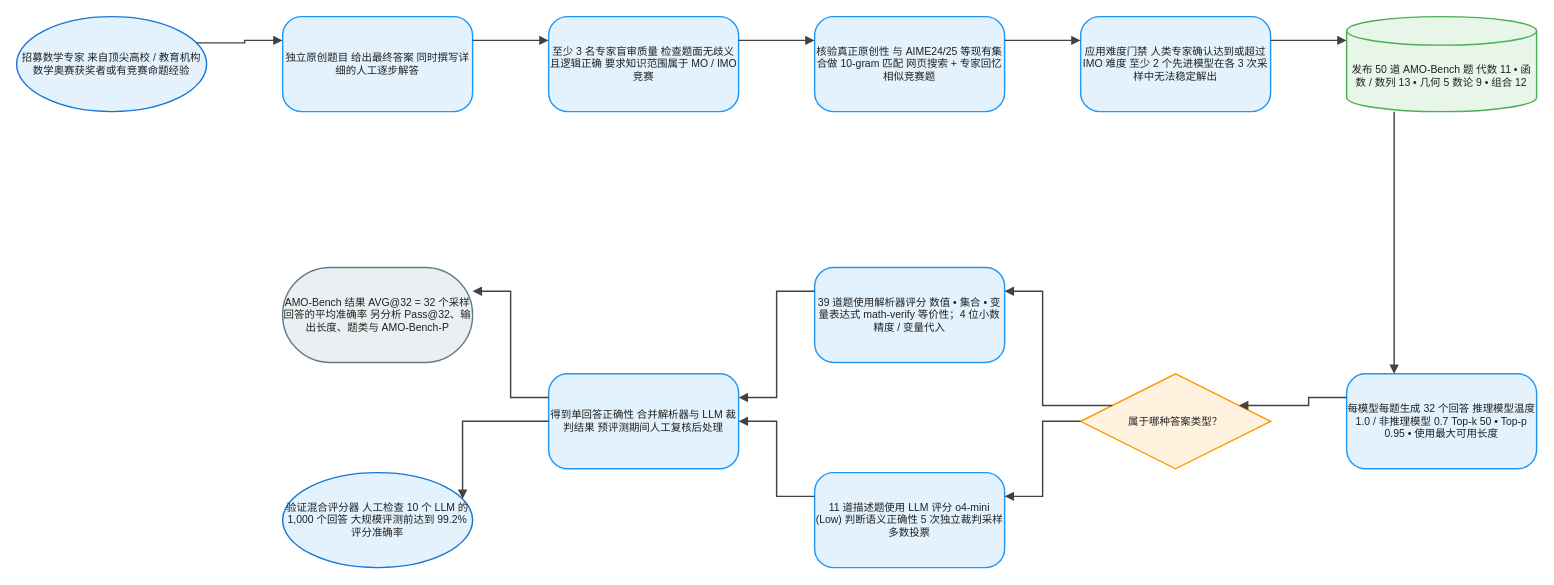
This is client/public/drawio/AMO-Bench/AMO-Bench.zh.drawio from joe1chief/benchmark-hub, a draw.io file, before an edit. Source tidied: cells renumbered, new cells numbered last; positions are measured from the earlier drawing's top-left corner, leaving out a move shared by most shapes. Both pictures are drawn from the tidied source at 95%, with x=0, y=0 at pixel (16, 16).
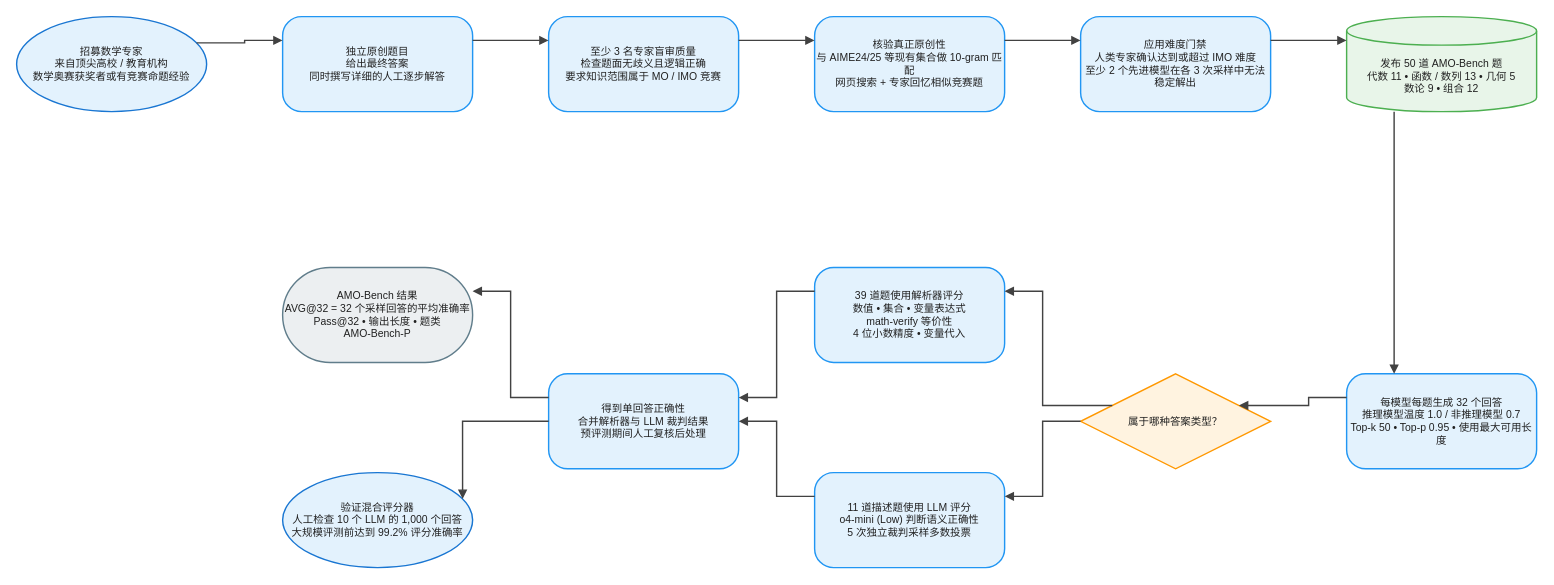
After the change.

Diff of the diagram source:
```diff
@@
-    <mxCell id="2" value="招募数学专家 来自顶尖高校 / 教育机构 数学奥赛获奖者或有竞赛命题经验" style="ellipse;html=1;whiteSpace=wrap;fillColor=#E3F2FD;strokeColor=#1976D2;strokeWidth=1.5;fontColor=#212121;fontSize=11;fontFamily=Arial, Helvetica, sans-serif;verticalAlign=middle;align=center;" parent="1" vertex="1">
+    <mxCell id="2" value="招募数学专家&#10;来自顶尖高校 / 教育机构&#10;数学奥赛获奖者或有竞赛命题经验" style="ellipse;html=0;convertToSvg=1;whiteSpace=wrap;fillColor=#E3F2FD;strokeColor=#1976D2;strokeWidth=1.5;fontColor=#212121;fontSize=11;fontFamily=Arial, Helvetica, sans-serif;verticalAlign=middle;align=center;" parent="1" vertex="1">
       <mxGeometry width="200" height="100" as="geometry" />
     </mxCell>
-    <mxCell id="3" value="独立原创题目 给出最终答案 同时撰写详细的人工逐步解答" style="rounded=1;arcSize=20;html=1;whiteSpace=wrap;fillColor=#E3F2FD;strokeColor=#2196F3;strokeWidth=1.5;fontColor=#212121;fontSize=11;fontFamily=Arial, Helvetica, sans-serif;verticalAlign=middle;align=center;" parent="1" vertex="1">
+    <mxCell id="3" value="独立原创题目&#10;给出最终答案&#10;同时撰写详细的人工逐步解答" style="rounded=1;arcSize=20;html=0;convertToSvg=1;whiteSpace=wrap;fillColor=#E3F2FD;strokeColor=#2196F3;strokeWidth=1.5;fontColor=#212121;fontSize=11;fontFamily=Arial, Helvetica, sans-serif;verticalAlign=middle;align=center;" parent="1" vertex="1">
       <mxGeometry x="280" width="200" height="100" as="geometry" />
     </mxCell>
-    <mxCell id="4" value="至少 3 名专家盲审质量 检查题面无歧义且逻辑正确 要求知识范围属于 MO / IMO 竞赛" style="rounded=1;arcSize=20;html=1;whiteSpace=wrap;fillColor=#E3F2FD;strokeColor=#2196F3;strokeWidth=1.5;fontColor=#212121;fontSize=11;fontFamily=Arial, Helvetica, sans-serif;verticalAlign=middle;align=center;" parent="1" vertex="1">
+    <mxCell id="4" value="至少 3 名专家盲审质量&#10;检查题面无歧义且逻辑正确&#10;要求知识范围属于 MO / IMO 竞赛" style="rounded=1;arcSize=20;html=0;convertToSvg=1;whiteSpace=wrap;fillColor=#E3F2FD;strokeColor=#2196F3;strokeWidth=1.5;fontColor=#212121;fontSize=11;fontFamily=Arial, Helvetica, sans-serif;verticalAlign=middle;align=center;" parent="1" vertex="1">
       <mxGeometry x="560" width="200" height="100" as="geometry" />
     </mxCell>
-    <mxCell id="5" value="核验真正原创性 与 AIME24/25 等现有集合做 10-gram 匹配 网页搜索 + 专家回忆相似竞赛题" style="rounded=1;arcSize=20;html=1;whiteSpace=wrap;fillColor=#E3F2FD;strokeColor=#2196F3;strokeWidth=1.5;fontColor=#212121;fontSize=11;fontFamily=Arial, Helvetica, sans-serif;verticalAlign=middle;align=center;" parent="1" vertex="1">
+    <mxCell id="5" value="核验真正原创性&#10;与 AIME24/25 等现有集合做 10-gram 匹配&#10;网页搜索 + 专家回忆相似竞赛题" style="rounded=1;arcSize=20;html=0;convertToSvg=1;whiteSpace=wrap;fillColor=#E3F2FD;strokeColor=#2196F3;strokeWidth=1.5;fontColor=#212121;fontSize=11;fontFamily=Arial, Helvetica, sans-serif;verticalAlign=middle;align=center;" parent="1" vertex="1">
       <mxGeometry x="840" width="200" height="100" as="geometry" />
     </mxCell>
-    <mxCell id="6" value="应用难度门禁 人类专家确认达到或超过 IMO 难度 至少 2 个先进模型在各 3 次采样中无法稳定解出" style="rounded=1;arcSize=20;html=1;whiteSpace=wrap;fillColor=#E3F2FD;strokeColor=#2196F3;strokeWidth=1.5;fontColor=#212121;fontSize=11;fontFamily=Arial, Helvetica, sans-serif;verticalAlign=middle;align=center;" parent="1" vertex="1">
+    <mxCell id="6" value="应用难度门禁&#10;人类专家确认达到或超过 IMO 难度&#10;至少 2 个先进模型在各 3 次采样中无法稳定解出" style="rounded=1;arcSize=20;html=0;convertToSvg=1;whiteSpace=wrap;fillColor=#E3F2FD;strokeColor=#2196F3;strokeWidth=1.5;fontColor=#212121;fontSize=11;fontFamily=Arial, Helvetica, sans-serif;verticalAlign=middle;align=center;" parent="1" vertex="1">
       <mxGeometry x="1120" width="200" height="100" as="geometry" />
     </mxCell>
-    <mxCell id="7" value="发布 50 道 AMO-Bench 题 代数 11 • 函数 / 数列 13 • 几何 5 数论 9 • 组合 12" style="shape=cylinder3;boundedLbl=1;backgroundOutline=1;size=15;html=1;whiteSpace=wrap;fillColor=#E8F5E9;strokeColor=#4CAF50;strokeWidth=1.5;fontColor=#212121;fontSize=11;fontFamily=Arial, Helvetica, sans-serif;verticalAlign=middle;align=center;" parent="1" vertex="1">
+    <mxCell id="7" value="发布 50 道 AMO-Bench 题&#10;代数 11 • 函数 / 数列 13 • 几何 5&#10;数论 9 • 组合 12" style="shape=cylinder3;boundedLbl=1;backgroundOutline=1;size=15;html=0;convertToSvg=1;whiteSpace=wrap;fillColor=#E8F5E9;strokeColor=#4CAF50;strokeWidth=1.5;fontColor=#212121;fontSize=11;fontFamily=Arial, Helvetica, sans-serif;verticalAlign=middle;align=center;" parent="1" vertex="1">
       <mxGeometry x="1400" width="200" height="100" as="geometry" />
     </mxCell>
-    <mxCell id="8" value="每模型每题生成 32 个回答 推理模型温度 1.0 / 非推理模型 0.7 Top-k 50 • Top-p 0.95 • 使用最大可用长度" style="rounded=1;arcSize=20;html=1;whiteSpace=wrap;fillColor=#E3F2FD;strokeColor=#2196F3;strokeWidth=1.5;fontColor=#212121;fontSize=11;fontFamily=Arial, Helvetica, sans-serif;verticalAlign=middle;align=center;" parent="1" vertex="1">
+    <mxCell id="8" value="每模型每题生成 32 个回答&#10;推理模型温度 1.0 / 非推理模型 0.7&#10;Top-k 50 • Top-p 0.95 • 使用最大可用长度" style="rounded=1;arcSize=20;html=0;convertToSvg=1;whiteSpace=wrap;fillColor=#E3F2FD;strokeColor=#2196F3;strokeWidth=1.5;fontColor=#212121;fontSize=11;fontFamily=Arial, Helvetica, sans-serif;verticalAlign=middle;align=center;" parent="1" vertex="1">
       <mxGeometry x="1400" y="376" width="200" height="100" as="geometry" />
     </mxCell>
-    <mxCell id="9" value="属于哪种答案类型？" style="rhombus;html=1;whiteSpace=wrap;fillColor=#FFF3E0;strokeColor=#FF9800;strokeWidth=1.5;fontColor=#212121;fontSize=11;fontFamily=Arial, Helvetica, sans-serif;verticalAlign=middle;align=center;" parent="1" vertex="1">
+    <mxCell id="9" value="属于哪种答案类型？" style="rhombus;html=0;convertToSvg=1;whiteSpace=wrap;fillColor=#FFF3E0;strokeColor=#FF9800;strokeWidth=1.5;fontColor=#212121;fontSize=11;fontFamily=Arial, Helvetica, sans-serif;verticalAlign=middle;align=center;" parent="1" vertex="1">
       <mxGeometry x="1120" y="376" width="200" height="100" as="geometry" />
     </mxCell>
-    <mxCell id="10" value="39 道题使用解析器评分 数值 • 集合 • 变量表达式 math-verify 等价性；4 位小数精度 / 变量代入" style="rounded=1;arcSize=20;html=1;whiteSpace=wrap;fillColor=#E3F2FD;strokeColor=#2196F3;strokeWidth=1.5;fontColor=#212121;fontSize=11;fontFamily=Arial, Helvetica, sans-serif;verticalAlign=middle;align=center;" parent="1" vertex="1">
+    <mxCell id="10" value="39 道题使用解析器评分&#10;数值 • 集合 • 变量表达式&#10;math-verify 等价性&#10;4 位小数精度 • 变量代入" style="rounded=1;arcSize=20;html=0;convertToSvg=1;whiteSpace=wrap;fillColor=#E3F2FD;strokeColor=#2196F3;strokeWidth=1.5;fontColor=#212121;fontSize=11;fontFamily=Arial, Helvetica, sans-serif;verticalAlign=middle;align=center;" parent="1" vertex="1">
       <mxGeometry x="840" y="264" width="200" height="100" as="geometry" />
     </mxCell>
-    <mxCell id="11" value="11 道描述题使用 LLM 评分 o4-mini (Low) 判断语义正确性 5 次独立裁判采样多数投票" style="rounded=1;arcSize=20;html=1;whiteSpace=wrap;fillColor=#E3F2FD;strokeColor=#2196F3;strokeWidth=1.5;fontColor=#212121;fontSize=11;fontFamily=Arial, Helvetica, sans-serif;verticalAlign=middle;align=center;" parent="1" vertex="1">
+    <mxCell id="11" value="11 道描述题使用 LLM 评分&#10;o4-mini (Low) 判断语义正确性&#10;5 次独立裁判采样多数投票" style="rounded=1;arcSize=20;html=0;convertToSvg=1;whiteSpace=wrap;fillColor=#E3F2FD;strokeColor=#2196F3;strokeWidth=1.5;fontColor=#212121;fontSize=11;fontFamily=Arial, Helvetica, sans-serif;verticalAlign=middle;align=center;" parent="1" vertex="1">
       <mxGeometry x="840" y="480" width="200" height="100" as="geometry" />
     </mxCell>
-    <mxCell id="12" value="得到单回答正确性 合并解析器与 LLM 裁判结果 预评测期间人工复核后处理" style="rounded=1;arcSize=20;html=1;whiteSpace=wrap;fillColor=#E3F2FD;strokeColor=#2196F3;strokeWidth=1.5;fontColor=#212121;fontSize=11;fontFamily=Arial, Helvetica, sans-serif;verticalAlign=middle;align=center;" parent="1" vertex="1">
+    <mxCell id="12" value="得到单回答正确性&#10;合并解析器与 LLM 裁判结果&#10;预评测期间人工复核后处理" style="rounded=1;arcSize=20;html=0;convertToSvg=1;whiteSpace=wrap;fillColor=#E3F2FD;strokeColor=#2196F3;strokeWidth=1.5;fontColor=#212121;fontSize=11;fontFamily=Arial, Helvetica, sans-serif;verticalAlign=middle;align=center;" parent="1" vertex="1">
       <mxGeometry x="560" y="376" width="200" height="100" as="geometry" />
     </mxCell>
-    <mxCell id="13" value="AMO-Bench 结果 AVG@32 = 32 个采样回答的平均准确率 另分析 Pass@32、输出长度、题类与 AMO-Bench-P" style="rounded=1;arcSize=50;html=1;whiteSpace=wrap;fillColor=#ECEFF1;strokeColor=#607D8B;strokeWidth=1.5;fontColor=#212121;fontSize=11;fontFamily=Arial, Helvetica, sans-serif;verticalAlign=middle;align=center;" parent="1" vertex="1">
+    <mxCell id="13" value="AMO-Bench 结果&#10;AVG@32 = 32 个采样回答的平均准确率&#10;Pass@32 • 输出长度 • 题类&#10;AMO-Bench-P" style="rounded=1;arcSize=50;html=0;convertToSvg=1;whiteSpace=wrap;fillColor=#ECEFF1;strokeColor=#607D8B;strokeWidth=1.5;fontColor=#212121;fontSize=11;fontFamily=Arial, Helvetica, sans-serif;verticalAlign=middle;align=center;" parent="1" vertex="1">
       <mxGeometry x="280" y="264" width="200" height="100" as="geometry" />
     </mxCell>
-    <mxCell id="14" value="验证混合评分器 人工检查 10 个 LLM 的 1,000 个回答 大规模评测前达到 99.2% 评分准确率" style="ellipse;html=1;whiteSpace=wrap;fillColor=#E3F2FD;strokeColor=#1976D2;strokeWidth=1.5;fontColor=#212121;fontSize=11;fontFamily=Arial, Helvetica, sans-serif;verticalAlign=middle;align=center;" parent="1" vertex="1">
+    <mxCell id="14" value="验证混合评分器&#10;人工检查 10 个 LLM 的 1,000 个回答&#10;大规模评测前达到 99.2% 评分准确率" style="ellipse;html=0;convertToSvg=1;whiteSpace=wrap;fillColor=#E3F2FD;strokeColor=#1976D2;strokeWidth=1.5;fontColor=#212121;fontSize=11;fontFamily=Arial, Helvetica, sans-serif;verticalAlign=middle;align=center;" parent="1" vertex="1">
       <mxGeometry x="280" y="480" width="200" height="100" as="geometry" />
     </mxCell>
-    <mxCell id="15" style="edgeStyle=orthogonalEdgeStyle;rounded=0;jettySize=auto;html=1;strokeColor=#424242;strokeWidth=1.5;endArrow=block;endFill=1;exitX=1;exitY=0.25;exitDx=0;exitDy=0;entryX=0;entryY=0.25;entryDx=0;entryDy=0;jumpStyle=arc;jumpSize=8;" parent="1" edge="1" source="2" target="3">
+    <mxCell id="15" style="edgeStyle=orthogonalEdgeStyle;rounded=0;jettySize=auto;html=0;convertToSvg=1;strokeColor=#424242;strokeWidth=1.5;endArrow=block;endFill=1;exitX=1;exitY=0.25;exitDx=0;exitDy=0;entryX=0;entryY=0.25;entryDx=0;entryDy=0;jumpStyle=arc;jumpSize=8;" parent="1" edge="1" source="2" target="3">
       <mxGeometry relative="1" as="geometry" />
     </mxCell>
-    <mxCell id="16" style="edgeStyle=orthogonalEdgeStyle;rounded=0;jettySize=auto;html=1;strokeColor=#424242;strokeWidth=1.5;endArrow=block;endFill=1;exitX=1;exitY=0.25;exitDx=0;exitDy=0;entryX=0;entryY=0.25;entryDx=0;entryDy=0;jumpStyle=arc;jumpSize=8;" parent="1" edge="1" source="3" target="4">
+    <mxCell id="16" style="edgeStyle=orthogonalEdgeStyle;rounded=0;jettySize=auto;html=0;convertToSvg=1;strokeColor=#424242;strokeWidth=1.5;endArrow=block;endFill=1;exitX=1;exitY=0.25;exitDx=0;exitDy=0;entryX=0;entryY=0.25;entryDx=0;entryDy=0;jumpStyle=arc;jumpSize=8;" parent="1" edge="1" source="3" target="4">
       <mxGeometry relative="1" as="geometry" />
     </mxCell>
-    <mxCell id="17" style="edgeStyle=orthogonalEdgeStyle;rounded=0;jettySize=auto;html=1;strokeColor=#424242;strokeWidth=1.5;endArrow=block;endFill=1;exitX=1;exitY=0.25;exitDx=0;exitDy=0;entryX=0;entryY=0.25;entryDx=0;entryDy=0;jumpStyle=arc;jumpSize=8;" parent="1" edge="1" source="4" target="5">
+    <mxCell id="17" style="edgeStyle=orthogonalEdgeStyle;rounded=0;jettySize=auto;html=0;convertToSvg=1;strokeColor=#424242;strokeWidth=1.5;endArrow=block;endFill=1;exitX=1;exitY=0.25;exitDx=0;exitDy=0;entryX=0;entryY=0.25;entryDx=0;entryDy=0;jumpStyle=arc;jumpSize=8;" parent="1" edge="1" source="4" target="5">
       <mxGeometry relative="1" as="geometry" />
     </mxCell>
-    <mxCell id="18" style="edgeStyle=orthogonalEdgeStyle;rounded=0;jettySize=auto;html=1;strokeColor=#424242;strokeWidth=1.5;endArrow=block;endFill=1;exitX=1;exitY=0.25;exitDx=0;exitDy=0;entryX=0;entryY=0.25;entryDx=0;entryDy=0;jumpStyle=arc;jumpSize=8;" parent="1" edge="1" source="5" target="6">
+    <mxCell id="18" style="edgeStyle=orthogonalEdgeStyle;rounded=0;jettySize=auto;html=0;convertToSvg=1;strokeColor=#424242;strokeWidth=1.5;endArrow=block;endFill=1;exitX=1;exitY=0.25;exitDx=0;exitDy=0;entryX=0;entryY=0.25;entryDx=0;entryDy=0;jumpStyle=arc;jumpSize=8;" parent="1" edge="1" source="5" target="6">
       <mxGeometry relative="1" as="geometry" />
     </mxCell>
-    <mxCell id="19" style="edgeStyle=orthogonalEdgeStyle;rounded=0;jettySize=auto;html=1;strokeColor=#424242;strokeWidth=1.5;endArrow=block;endFill=1;exitX=1;exitY=0.25;exitDx=0;exitDy=0;entryX=0;entryY=0.25;entryDx=0;entryDy=0;jumpStyle=arc;jumpSize=8;" parent="1" edge="1" source="6" target="7">
+    <mxCell id="19" style="edgeStyle=orthogonalEdgeStyle;rounded=0;jettySize=auto;html=0;convertToSvg=1;strokeColor=#424242;strokeWidth=1.5;endArrow=block;endFill=1;exitX=1;exitY=0.25;exitDx=0;exitDy=0;entryX=0;entryY=0.25;entryDx=0;entryDy=0;jumpStyle=arc;jumpSize=8;" parent="1" edge="1" source="6" target="7">
       <mxGeometry relative="1" as="geometry" />
     </mxCell>
-    <mxCell id="20" style="edgeStyle=orthogonalEdgeStyle;rounded=0;jettySize=auto;html=1;strokeColor=#424242;strokeWidth=1.5;endArrow=block;endFill=1;exitX=0.25;exitY=1;exitDx=0;exitDy=0;entryX=0.25;entryY=0;entryDx=0;entryDy=0;jumpStyle=arc;jumpSize=8;" parent="1" edge="1" source="7" target="8">
+    <mxCell id="20" style="edgeStyle=orthogonalEdgeStyle;rounded=0;jettySize=auto;html=0;convertToSvg=1;strokeColor=#424242;strokeWidth=1.5;endArrow=block;endFill=1;exitX=0.25;exitY=1;exitDx=0;exitDy=0;entryX=0.25;entryY=0;entryDx=0;entryDy=0;jumpStyle=arc;jumpSize=8;" parent="1" edge="1" source="7" target="8">
       <mxGeometry relative="1" as="geometry" />
     </mxCell>
-    <mxCell id="21" style="edgeStyle=orthogonalEdgeStyle;rounded=0;jettySize=auto;html=1;strokeColor=#424242;strokeWidth=1.5;endArrow=block;endFill=1;exitX=0;exitY=0.25;exitDx=0;exitDy=0;entryX=1;entryY=0.25;entryDx=0;entryDy=0;jumpStyle=arc;jumpSize=8;" parent="1" edge="1" source="8" target="9">
+    <mxCell id="21" style="edgeStyle=orthogonalEdgeStyle;rounded=0;jettySize=auto;html=0;convertToSvg=1;strokeColor=#424242;strokeWidth=1.5;endArrow=block;endFill=1;exitX=0;exitY=0.25;exitDx=0;exitDy=0;entryX=1;entryY=0.25;entryDx=0;entryDy=0;jumpStyle=arc;jumpSize=8;" parent="1" edge="1" source="8" target="9">
       <mxGeometry relative="1" as="geometry" />
     </mxCell>
-    <mxCell id="22" style="edgeStyle=orthogonalEdgeStyle;rounded=0;jettySize=auto;html=1;strokeColor=#424242;strokeWidth=1.5;endArrow=block;endFill=1;exitX=0;exitY=0.25;exitDx=0;exitDy=0;entryX=1;entryY=0.25;entryDx=0;entryDy=0;jumpStyle=arc;jumpSize=8;" parent="1" edge="1" source="9" target="10">
+    <mxCell id="22" style="edgeStyle=orthogonalEdgeStyle;rounded=0;jettySize=auto;html=0;convertToSvg=1;strokeColor=#424242;strokeWidth=1.5;endArrow=block;endFill=1;exitX=0;exitY=0.25;exitDx=0;exitDy=0;entryX=1;entryY=0.25;entryDx=0;entryDy=0;jumpStyle=arc;jumpSize=8;" parent="1" edge="1" source="9" target="10">
       <mxGeometry relative="1" as="geometry" />
     </mxCell>
-    <mxCell id="23" style="edgeStyle=orthogonalEdgeStyle;rounded=0;jettySize=auto;html=1;strokeColor=#424242;strokeWidth=1.5;endArrow=block;endFill=1;exitX=0;exitY=0.5;exitDx=0;exitDy=0;entryX=1;entryY=0.25;entryDx=0;entryDy=0;jumpStyle=arc;jumpSize=8;" parent="1" edge="1" source="9" target="11">
+    <mxCell id="23" style="edgeStyle=orthogonalEdgeStyle;rounded=0;jettySize=auto;html=0;convertToSvg=1;strokeColor=#424242;strokeWidth=1.5;endArrow=block;endFill=1;exitX=0;exitY=0.5;exitDx=0;exitDy=0;entryX=1;entryY=0.25;entryDx=0;entryDy=0;jumpStyle=arc;jumpSize=8;" parent="1" edge="1" source="9" target="11">
       <mxGeometry relative="1" as="geometry" />
     </mxCell>
-    <mxCell id="24" style="edgeStyle=orthogonalEdgeStyle;rounded=0;jettySize=auto;html=1;strokeColor=#424242;strokeWidth=1.5;endArrow=block;endFill=1;exitX=0;exitY=0.25;exitDx=0;exitDy=0;entryX=1;entryY=0.25;entryDx=0;entryDy=0;jumpStyle=arc;jumpSize=8;" parent="1" edge="1" source="10" target="12">
+    <mxCell id="24" style="edgeStyle=orthogonalEdgeStyle;rounded=0;jettySize=auto;html=0;convertToSvg=1;strokeColor=#424242;strokeWidth=1.5;endArrow=block;endFill=1;exitX=0;exitY=0.25;exitDx=0;exitDy=0;entryX=1;entryY=0.25;entryDx=0;entryDy=0;jumpStyle=arc;jumpSize=8;" parent="1" edge="1" source="10" target="12">
       <mxGeometry relative="1" as="geometry" />
     </mxCell>
-    <mxCell id="25" style="edgeStyle=orthogonalEdgeStyle;rounded=0;jettySize=auto;html=1;strokeColor=#424242;strokeWidth=1.5;endArrow=block;endFill=1;exitX=0;exitY=0.25;exitDx=0;exitDy=0;entryX=1;entryY=0.5;entryDx=0;entryDy=0;jumpStyle=arc;jumpSize=8;" parent="1" edge="1" source="11" target="12">
+    <mxCell id="25" style="edgeStyle=orthogonalEdgeStyle;rounded=0;jettySize=auto;html=0;convertToSvg=1;strokeColor=#424242;strokeWidth=1.5;endArrow=block;endFill=1;exitX=0;exitY=0.25;exitDx=0;exitDy=0;entryX=1;entryY=0.5;entryDx=0;entryDy=0;jumpStyle=arc;jumpSize=8;" parent="1" edge="1" source="11" target="12">
       <mxGeometry relative="1" as="geometry" />
     </mxCell>
-    <mxCell id="26" style="edgeStyle=orthogonalEdgeStyle;rounded=0;jettySize=auto;html=1;strokeColor=#424242;strokeWidth=1.5;endArrow=block;endFill=1;exitX=0;exitY=0.25;exitDx=0;exitDy=0;entryX=1;entryY=0.25;entryDx=0;entryDy=0;jumpStyle=arc;jumpSize=8;" parent="1" edge="1" source="12" target="13">
+    <mxCell id="26" style="edgeStyle=orthogonalEdgeStyle;rounded=0;jettySize=auto;html=0;convertToSvg=1;strokeColor=#424242;strokeWidth=1.5;endArrow=block;endFill=1;exitX=0;exitY=0.25;exitDx=0;exitDy=0;entryX=1;entryY=0.25;entryDx=0;entryDy=0;jumpStyle=arc;jumpSize=8;" parent="1" edge="1" source="12" target="13">
       <mxGeometry relative="1" as="geometry" />
     </mxCell>
-    <mxCell id="27" style="edgeStyle=orthogonalEdgeStyle;rounded=0;jettySize=auto;html=1;strokeColor=#424242;strokeWidth=1.5;endArrow=block;endFill=1;exitX=0;exitY=0.5;exitDx=0;exitDy=0;entryX=1;entryY=0.25;entryDx=0;entryDy=0;jumpStyle=arc;jumpSize=8;" parent="1" edge="1" source="12" target="14">
+    <mxCell id="27" style="edgeStyle=orthogonalEdgeStyle;rounded=0;jettySize=auto;html=0;convertToSvg=1;strokeColor=#424242;strokeWidth=1.5;endArrow=block;endFill=1;exitX=0;exitY=0.5;exitDx=0;exitDy=0;entryX=1;entryY=0.25;entryDx=0;entryDy=0;jumpStyle=arc;jumpSize=8;" parent="1" edge="1" source="12" target="14">
       <mxGeometry relative="1" as="geometry" />
     </mxCell>
```
